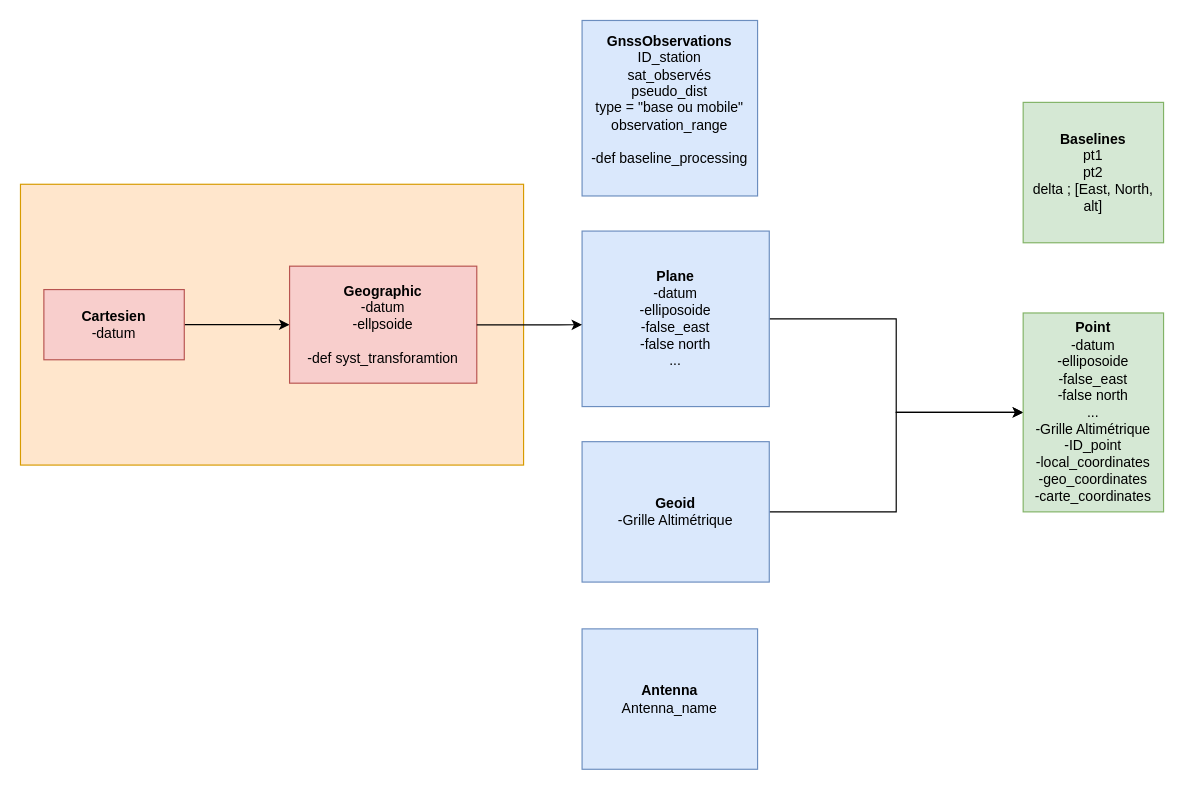
Before: Untitled Diagram.drawio in RaphaelGu/Geodesie, a draw.io diagram. Source tidied: cells renumbered, new cells numbered last; positions are measured from the earlier drawing's top-left corner, leaving out a move shared by most shapes. Both pictures are drawn from the tidied source at 117%, with x=0, y=0 at pixel (20, 20).
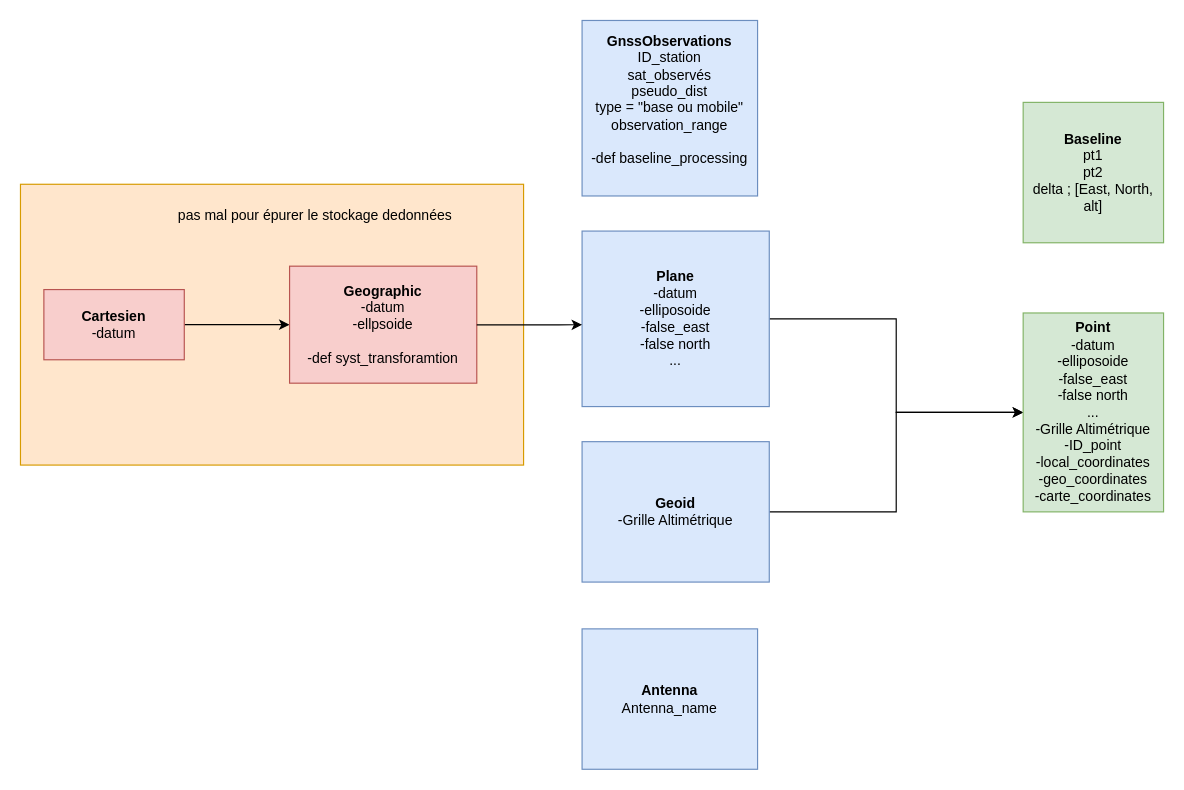
The same page after the edit.

What changed in the source:
```diff
@@
-    <mxCell id="12" value="&lt;div&gt;&lt;b&gt;Baselines&lt;/b&gt;&lt;/div&gt;&lt;div&gt;pt1&lt;/div&gt;&lt;div&gt;pt2&lt;/div&gt;&lt;div&gt;delta ; [East, North, alt]&lt;br&gt;&lt;/div&gt;" style="rounded=0;whiteSpace=wrap;html=1;fillColor=#d5e8d4;strokeColor=#82b366;" parent="1" vertex="1">
+    <mxCell id="12" value="&lt;div&gt;&lt;b&gt;Baseline&lt;/b&gt;&lt;/div&gt;&lt;div&gt;pt1&lt;/div&gt;&lt;div&gt;pt2&lt;/div&gt;&lt;div&gt;delta ; [East, North, alt]&lt;br&gt;&lt;/div&gt;" style="rounded=0;whiteSpace=wrap;html=1;fillColor=#d5e8d4;strokeColor=#82b366;" parent="1" vertex="1">
       <mxGeometry x="857" y="70" width="120" height="120" as="geometry" />
     </mxCell>
@@
+    <mxCell id="16" value="pas mal pour épurer le stockage dedonnées" style="text;html=1;strokeColor=none;fillColor=none;spacing=5;spacingTop=-20;whiteSpace=wrap;overflow=hidden;rounded=0;" parent="1" vertex="1">
+      <mxGeometry x="130" y="170" width="310" height="50" as="geometry" />
+    </mxCell>
```
